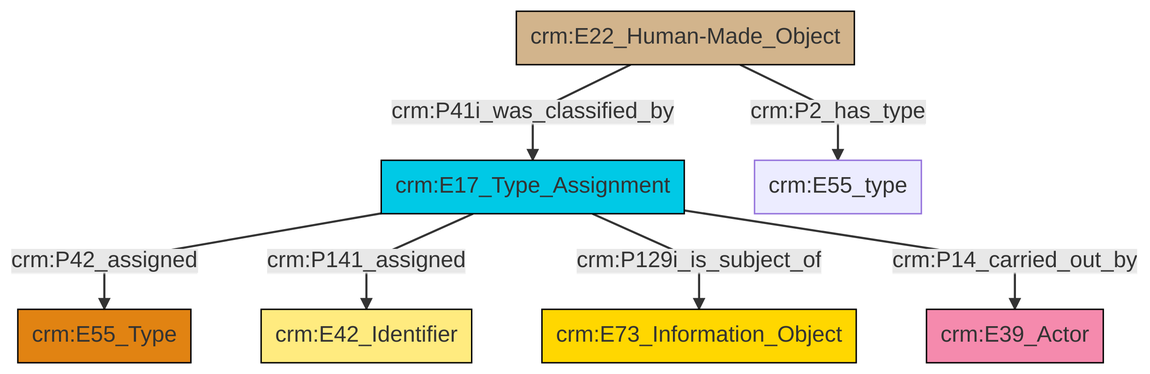
The Mermaid diagram et/builtWorkCSV/ttl/mmd/png/Built_Work_designation_status.png in swiss-art-research-net/reference-data-models, before a commit. Its source is kept beside it as et/builtWorkCSV/ttl/mmd/Built_Work_designation_status.ttl.mmd.
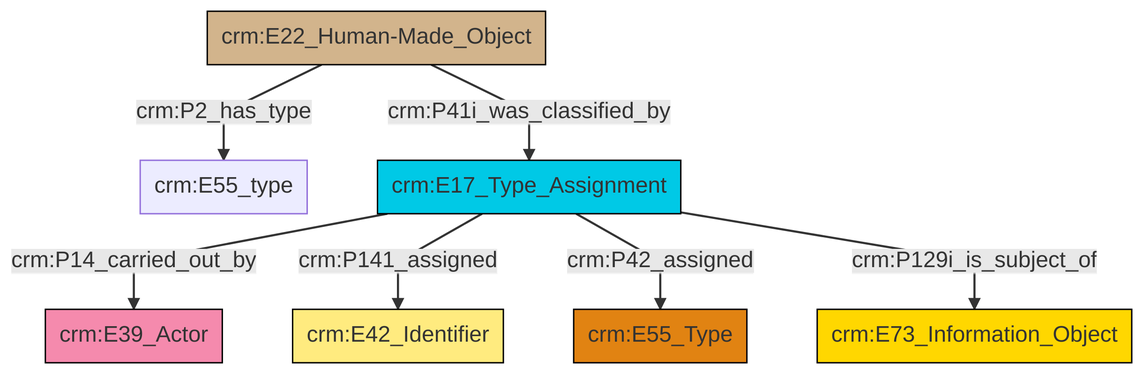
Later version of the same file.

Diff of the diagram source:
```diff
@@ -13,9 +13,9 @@
 classDef PC_Classes fill:#4ce600, stroke:#000000;
 classDef Multi fill:#cccccc,stroke:#000000;
 
-4["crm:E17_Type_Assignment"]:::Temporal_Entity -->|crm:P42_assigned| 5["crm:E55_Type"]:::Type
-0["crm:E22_Human-Made_Object"]:::Physical_Thing -->|crm:P2_has_type| 7["crm:E55_type"]:::Default
-0["crm:E22_Human-Made_Object"]:::Physical_Thing -->|crm:P41i_was_classified_by| 4["crm:E17_Type_Assignment"]:::Temporal_Entity
-4["crm:E17_Type_Assignment"]:::Temporal_Entity -->|crm:P141_assigned| 8["crm:E42_Identifier"]:::Appellation
-4["crm:E17_Type_Assignment"]:::Temporal_Entity -->|crm:P129i_is_subject_of| 2["crm:E73_Information_Object"]:::Conceptual_Object
-4["crm:E17_Type_Assignment"]:::Temporal_Entity -->|crm:P14_carried_out_by| 11["crm:E39_Actor"]:::Actor
+0["crm:E22_Human-Made_Object"]:::Physical_Thing -->|crm:P2_has_type| 1["crm:E55_type"]:::Default
+0["crm:E22_Human-Made_Object"]:::Physical_Thing -->|crm:P41i_was_classified_by| 2["crm:E17_Type_Assignment"]:::Temporal_Entity
+2["crm:E17_Type_Assignment"]:::Temporal_Entity -->|crm:P14_carried_out_by| 8["crm:E39_Actor"]:::Actor
+2["crm:E17_Type_Assignment"]:::Temporal_Entity -->|crm:P141_assigned| 6["crm:E42_Identifier"]:::Appellation
+2["crm:E17_Type_Assignment"]:::Temporal_Entity -->|crm:P42_assigned| 4["crm:E55_Type"]:::Type
+2["crm:E17_Type_Assignment"]:::Temporal_Entity -->|crm:P129i_is_subject_of| 10["crm:E73_Information_Object"]:::Conceptual_Object
```
